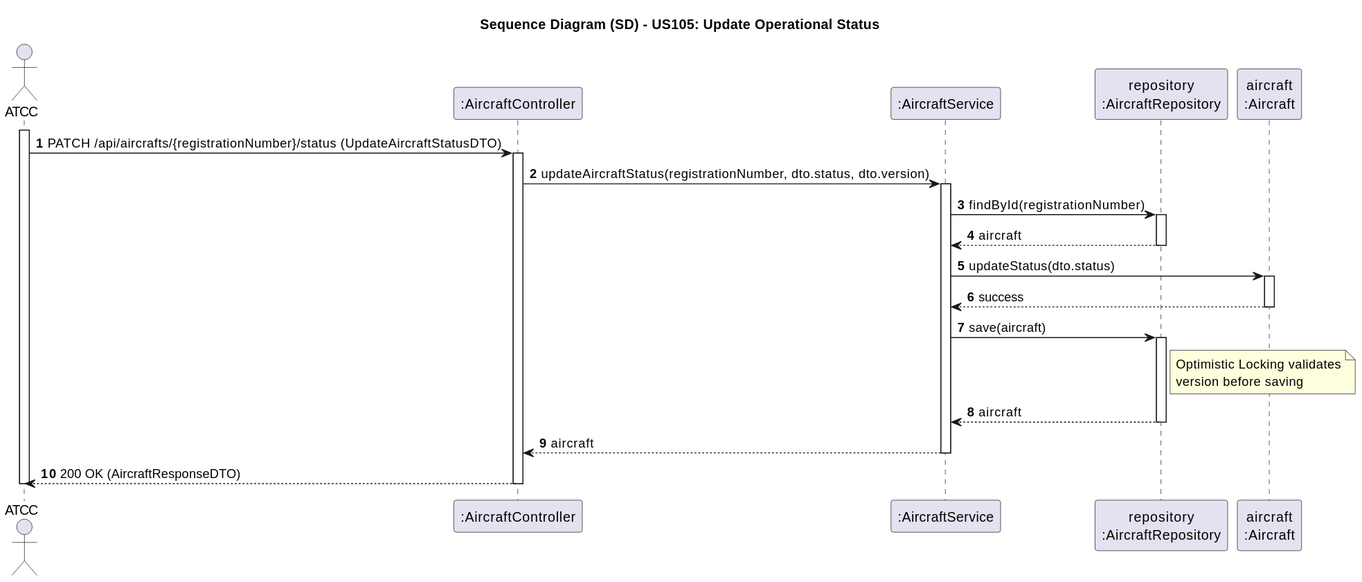
Above: docs/use-cases/WP#1A/US105/svg/US105-SD.svg in Andre-1240567/psoft2026_2DB_1240567_1241013_1240624 (PlantUML), before the change. Source of this version:
```plantuml
@startuml
autonumber
title Sequence Diagram (SD) - US105: Update Operational Status

actor "ATCC" as ATCC
participant ":AircraftController" as Ctrl
participant ":AircraftService" as Service
participant "repository\n:AircraftRepository" as Repo
participant "aircraft\n:Aircraft" as Aircraft

activate ATCC
ATCC -> Ctrl: PATCH /api/aircrafts/{registrationNumber}/status (UpdateAircraftStatusDTO)
activate Ctrl

Ctrl -> Service: updateAircraftStatus(registrationNumber, dto.status, dto.version)
activate Service

Service -> Repo: findById(registrationNumber)
activate Repo
Repo --> Service: aircraft
deactivate Repo

Service -> Aircraft: updateStatus(dto.status)
activate Aircraft
Aircraft --> Service: success
deactivate Aircraft

Service -> Repo: save(aircraft)
activate Repo
note right of Repo: Optimistic Locking validates\nversion before saving
Repo --> Service: aircraft
deactivate Repo

Service --> Ctrl: aircraft
deactivate Service

Ctrl --> ATCC: 200 OK (AircraftResponseDTO)
deactivate Ctrl
deactivate ATCC
@enduml
```
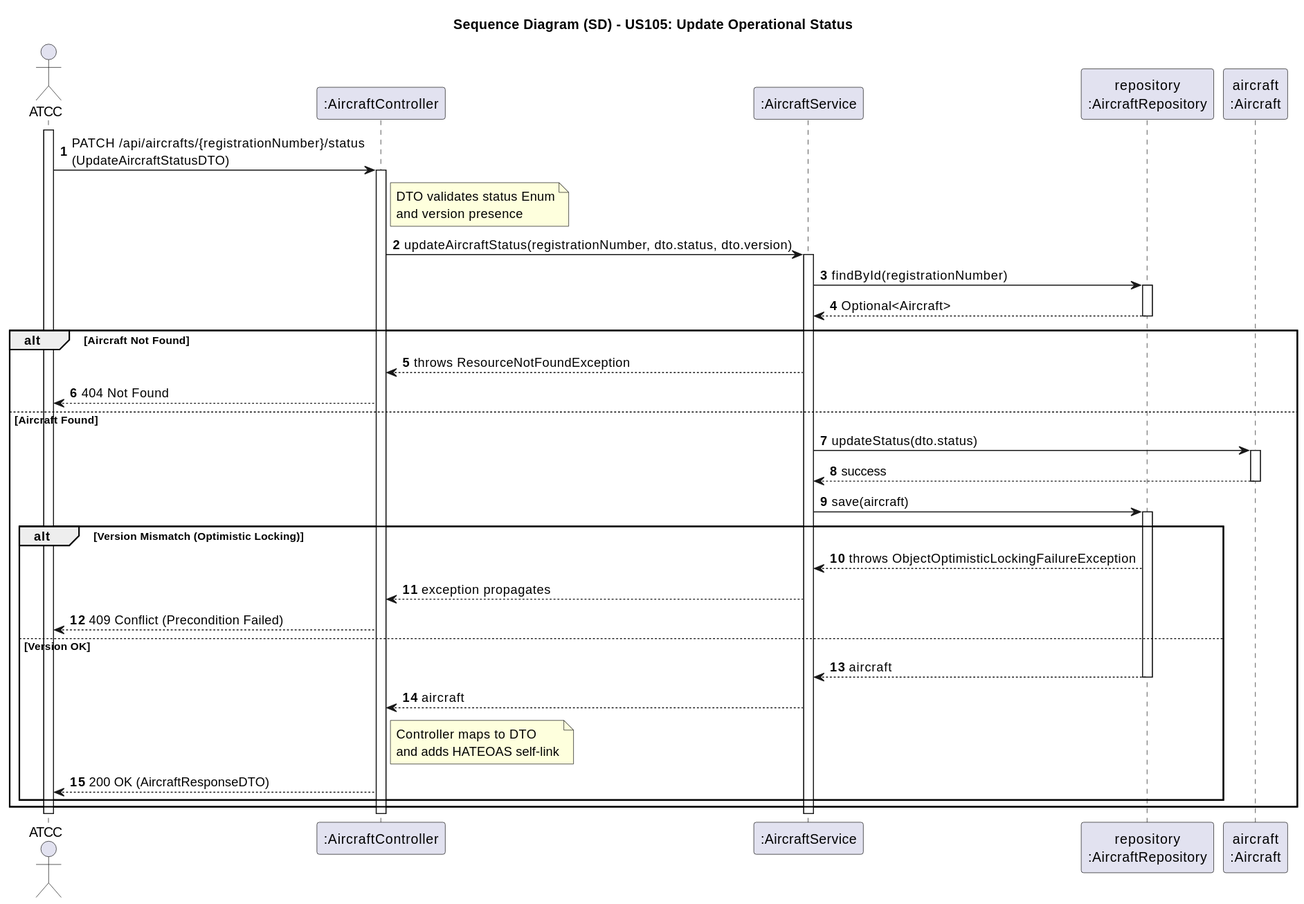
Later version of the same file.

Change to the diagram source:
```diff
@@ -9,32 +9,47 @@
 participant "aircraft\n:Aircraft" as Aircraft
 
 activate ATCC
-ATCC -> Ctrl: PATCH /api/aircrafts/{registrationNumber}/status (UpdateAircraftStatusDTO)
+ATCC -> Ctrl: PATCH /api/aircrafts/{registrationNumber}/status\n(UpdateAircraftStatusDTO)
 activate Ctrl
+
+note right of Ctrl: DTO validates status Enum\nand version presence
 
 Ctrl -> Service: updateAircraftStatus(registrationNumber, dto.status, dto.version)
 activate Service
 
 Service -> Repo: findById(registrationNumber)
 activate Repo
-Repo --> Service: aircraft
+Repo --> Service: Optional<Aircraft>
 deactivate Repo
 
-Service -> Aircraft: updateStatus(dto.status)
-activate Aircraft
-Aircraft --> Service: success
-deactivate Aircraft
+alt Aircraft Not Found
+    Service --> Ctrl: throws ResourceNotFoundException
+    Ctrl --> ATCC: 404 Not Found
+else Aircraft Found
+    Service -> Aircraft: updateStatus(dto.status)
+    activate Aircraft
+    Aircraft --> Service: success
+    deactivate Aircraft
 
-Service -> Repo: save(aircraft)
-activate Repo
-note right of Repo: Optimistic Locking validates\nversion before saving
-Repo --> Service: aircraft
-deactivate Repo
+    Service -> Repo: save(aircraft)
+    activate Repo
 
-Service --> Ctrl: aircraft
+    alt Version Mismatch (Optimistic Locking)
+        Repo --> Service: throws ObjectOptimisticLockingFailureException
+        Service --> Ctrl: exception propagates
+        Ctrl --> ATCC: 409 Conflict (Precondition Failed)
+    else Version OK
+        Repo --> Service: aircraft
+        deactivate Repo
+
+        Service --> Ctrl: aircraft
+
+        note right of Ctrl: Controller maps to DTO\nand adds HATEOAS self-link
+
+        Ctrl --> ATCC: 200 OK (AircraftResponseDTO)
+    end
+end
 deactivate Service
-
-Ctrl --> ATCC: 200 OK (AircraftResponseDTO)
 deactivate Ctrl
 deactivate ATCC
 @enduml
```
